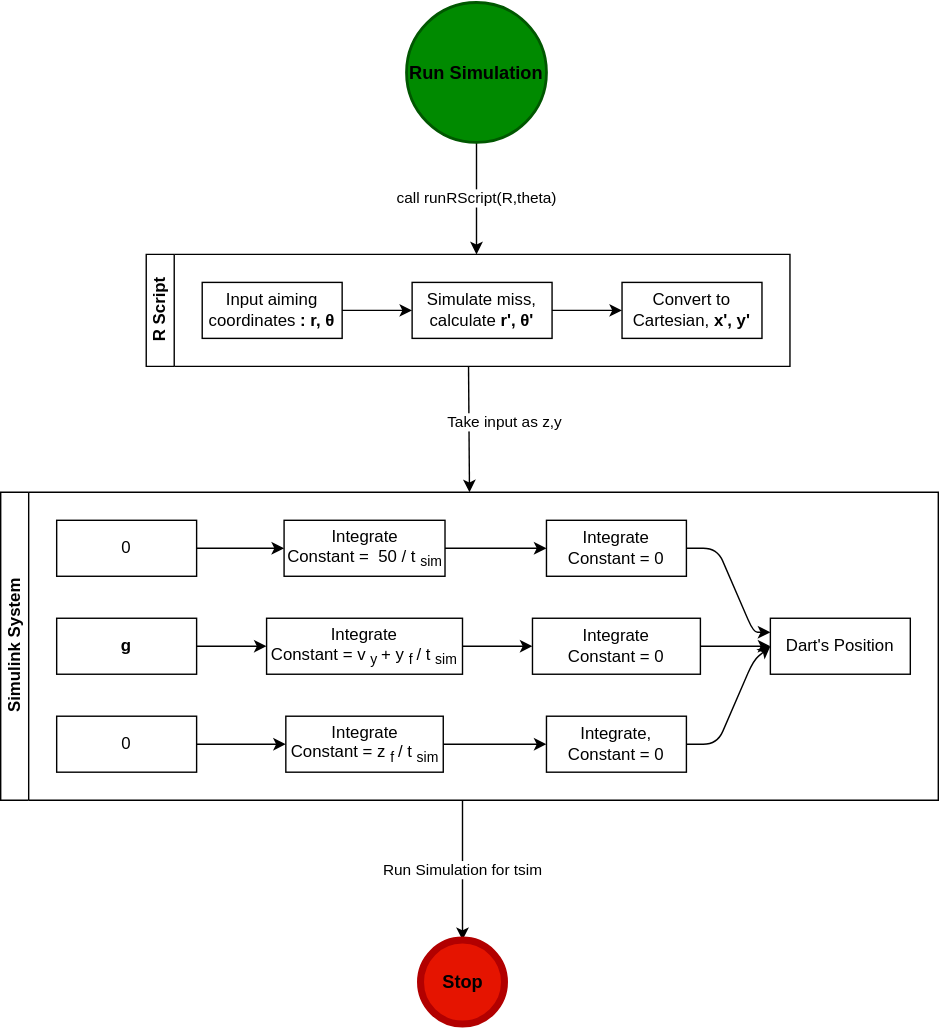
Earlier version of the draw.io export img/projFlow.drawio.svg (ojaroker/Darts). Source tidied: cells renumbered, new cells last; positions are measured from the earlier drawing's top-left corner, leaving out a move shared by most shapes.
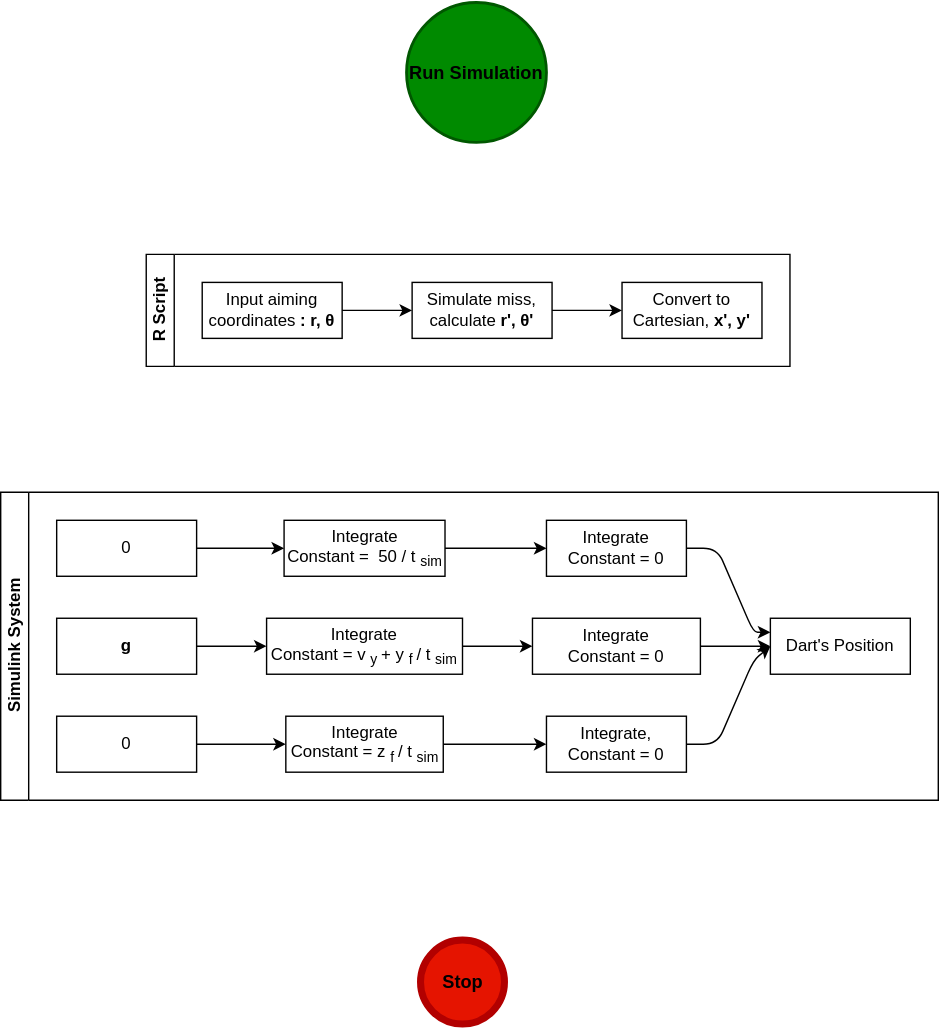
The same diagram one commit later.

What changed in the source:
```diff
@@ -2,17 +2,9 @@
   <root>
     <mxCell id="0" />
     <mxCell id="1" parent="0" />
-    <mxCell id="2" value="call runRScript(R,theta)" style="edgeStyle=none;html=1;fontColor=#000000;" parent="1" edge="1" source="3">
-      <mxGeometry relative="1" as="geometry">
-        <mxPoint x="340" y="180" as="targetPoint" />
-      </mxGeometry>
-    </mxCell>
     <mxCell id="3" value="&lt;font size=&quot;1&quot; color=&quot;#000000&quot;&gt;&lt;b style=&quot;font-size: 13px;&quot;&gt;Run Simulation&lt;/b&gt;&lt;/font&gt;" style="strokeWidth=2;html=1;shape=mxgraph.flowchart.start_2;whiteSpace=wrap;fillColor=#008a00;fontColor=#ffffff;strokeColor=#005700;" parent="1" vertex="1">
       <mxGeometry x="290" width="100" height="100" as="geometry" />
     </mxCell>
-    <mxCell id="4" value="Take input as z,y" style="edgeStyle=none;html=1;fontColor=#000000;entryX=0.5;entryY=0;entryDx=0;entryDy=0;" parent="1" edge="1" source="5" target="12">
-      <mxGeometry x="-0.11" y="25" relative="1" as="geometry" />
-    </mxCell>
     <mxCell id="5" value="R Script" style="swimlane;html=1;startSize=20;horizontal=0;flowOrientation=west;interRankCellSpacing=50;containerType=tree;fontSize=12;" parent="1" vertex="1">
       <mxGeometry x="104" y="180" width="460" height="80" as="geometry" />
     </mxCell>
@@ -41,11 +33,6 @@
     <mxCell id="10" value="Convert to Cartesian, &lt;b&gt;x', y'&lt;/b&gt;" style="whiteSpace=wrap;html=1;align=center;" parent="5" vertex="1">
       <mxGeometry x="340" y="20" width="100" height="40" as="geometry" />
     </mxCell>
-    <mxCell id="11" value="Run Simulation for tsim" style="edgeStyle=none;html=1;fontColor=#000000;" parent="1" edge="1" target="42">
-      <mxGeometry relative="1" as="geometry">
-        <mxPoint x="330" y="570" as="sourcePoint" />
-      </mxGeometry>
-    </mxCell>
     <mxCell id="12" value="Simulink System" style="swimlane;html=1;startSize=20;horizontal=0;flowOrientation=west;interRankCellSpacing=50;containerType=tree;fontSize=12;" parent="1" vertex="1">
       <mxGeometry y="350" width="670" height="220" as="geometry" />
     </mxCell>
```
